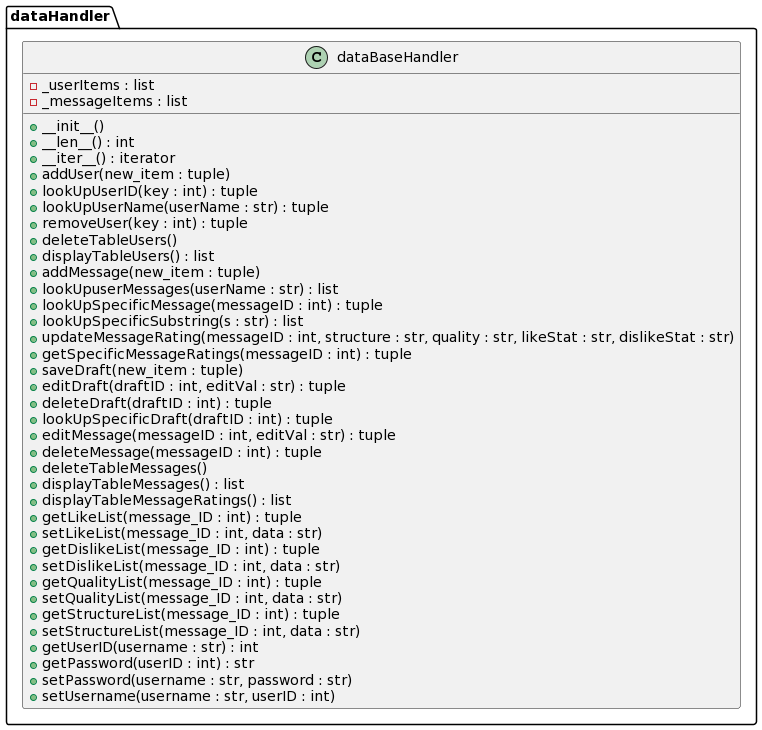
This is docs/UML/sprint3StorageUML.png from SauravSinghChandel/message-board, a PlantUML export, as it was before one commit. Its diagram source:
```plantuml
@startuml
package "dataHandler" {

    class dataBaseHandler {
        - _userItems : list
        - _messageItems : list

        + __init__()
        + __len__() : int
        + __iter__() : iterator
        + addUser(new_item : tuple)
        + lookUpUserID(key : int) : tuple
        + lookUpUserName(userName : str) : tuple
        + removeUser(key : int) : tuple
        + deleteTableUsers()
        + displayTableUsers() : list
        + addMessage(new_item : tuple)
        + lookUpuserMessages(userName : str) : list
        + lookUpSpecificMessage(messageID : int) : tuple
        + lookUpSpecificSubstring(s : str) : list
        + updateMessageRating(messageID : int, structure : str, quality : str, likeStat : str, dislikeStat : str)
        + getSpecificMessageRatings(messageID : int) : tuple
        + saveDraft(new_item : tuple)
        + editDraft(draftID : int, editVal : str) : tuple
        + deleteDraft(draftID : int) : tuple
        + lookUpSpecificDraft(draftID : int) : tuple
        + editMessage(messageID : int, editVal : str) : tuple
        + deleteMessage(messageID : int) : tuple
        + deleteTableMessages()
        + displayTableMessages() : list
        + displayTableMessageRatings() : list
        + getLikeList(message_ID : int) : tuple
        + setLikeList(message_ID : int, data : str)
        + getDislikeList(message_ID : int) : tuple
        + setDislikeList(message_ID : int, data : str)
        + getQualityList(message_ID : int) : tuple
        + setQualityList(message_ID : int, data : str)
        + getStructureList(message_ID : int) : tuple
        + setStructureList(message_ID : int, data : str)
        + getUserID(username : str) : int
        + getPassword(userID : int) : str
        + setPassword(username : str, password : str)
        + setUsername(username : str, userID : int)
    }

}
@enduml
```
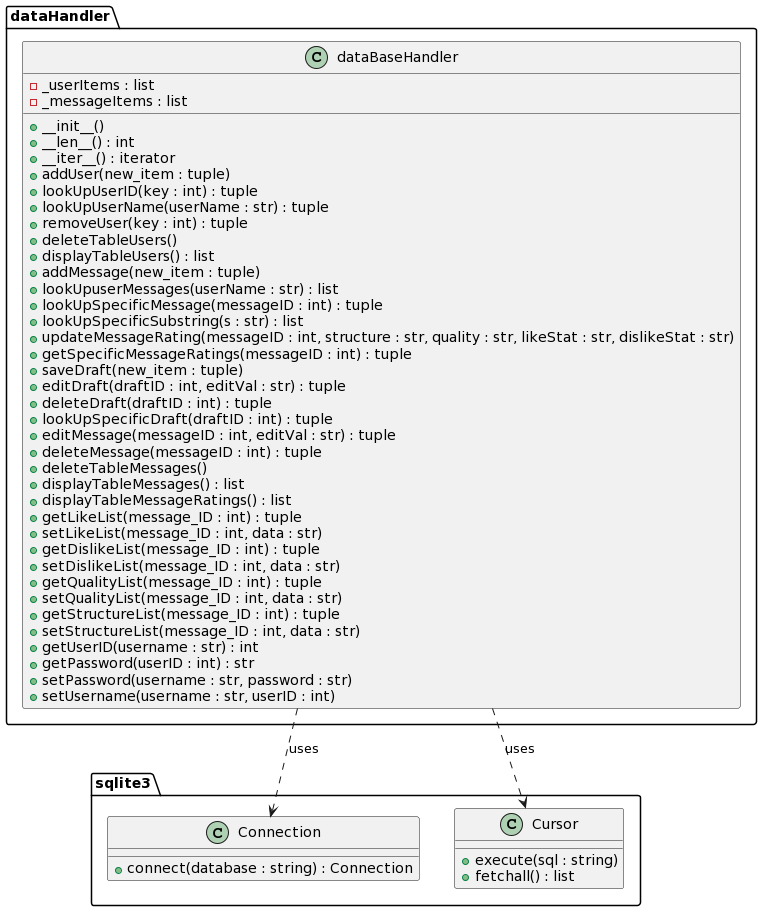
The same file after the commit.

Commit message:
Added UML diagram

Diff of the diagram source:
```diff
@@ -1,6 +1,5 @@
 @startuml
 package "dataHandler" {
-
     class dataBaseHandler {
         - _userItems : list
         - _messageItems : list
@@ -42,6 +41,18 @@
         + setPassword(username : str, password : str)
         + setUsername(username : str, userID : int)
     }
+}
 
+package "sqlite3" {
+    class Connection {
+        + connect(database : string) : Connection
+    }
+    class Cursor {
+        + execute(sql : string)
+        + fetchall() : list
+    }
 }
+
+dataHandler.dataBaseHandler ..> sqlite3.Connection : uses
+dataHandler.dataBaseHandler ..> sqlite3.Cursor : uses
 @enduml
```
